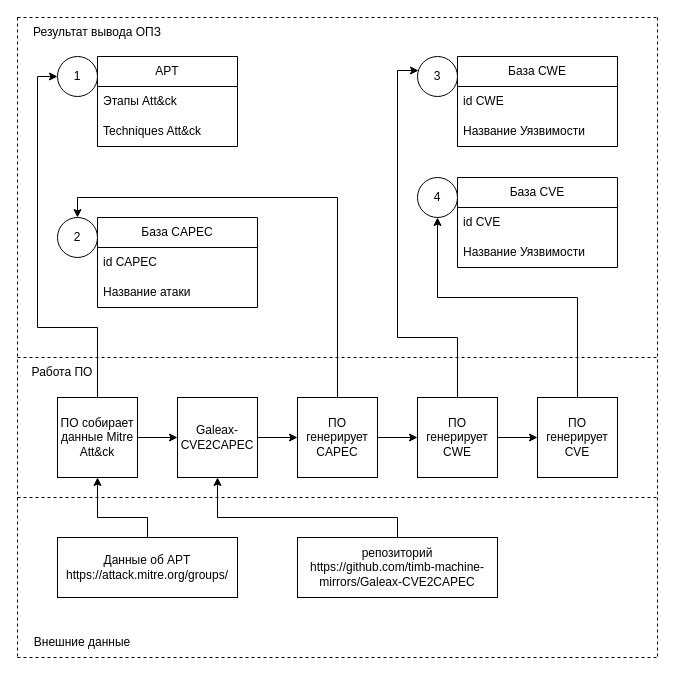
Before: New_Shema_OPZ/(Обновленная схема ОПЗ) Входные данные.drawio in SmirnovBogdan8/Diplom, a draw.io diagram. Source tidied: cells renumbered, new cells numbered last; positions are measured from the earlier drawing's top-left corner, leaving out a move shared by most shapes. Both pictures are drawn from the tidied source at 100%, with x=0, y=0 at pixel (17, 17).
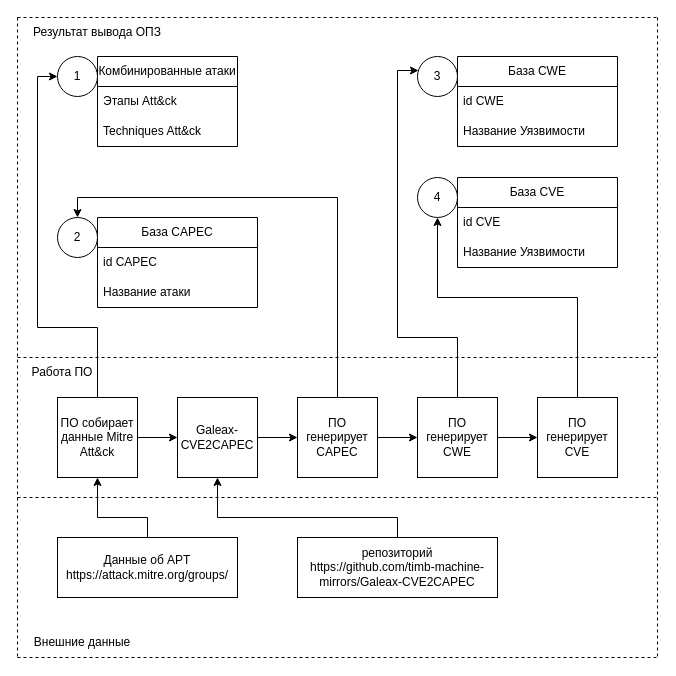
Above is the later version.

Change to the diagram source:
```diff
@@
-    <mxCell id="11" value="APT" style="swimlane;fontStyle=0;horizontal=1;startSize=30;whiteSpace=wrap;html=1;" parent="1" vertex="1">
+    <mxCell id="11" value="Комбинированные атаки" style="swimlane;fontStyle=0;horizontal=1;startSize=30;whiteSpace=wrap;html=1;" parent="1" vertex="1">
       <mxGeometry x="80" y="39" width="140" height="90" as="geometry" />
     </mxCell>
```
